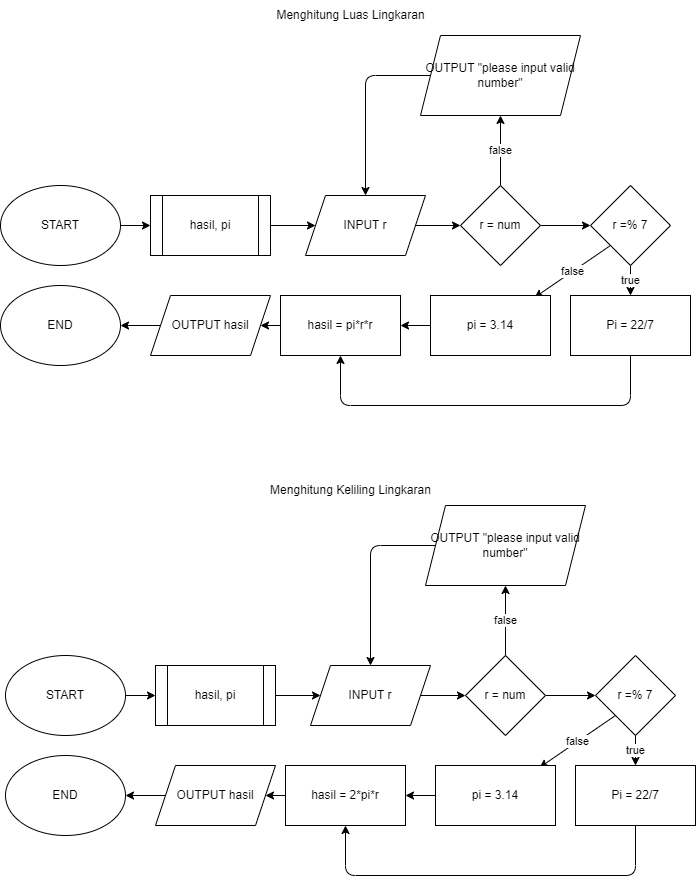
The draw.io diagram 5-flowchart luas dan keliling lingkaran.png in patih1/fwg17-computer-science, before a commit. Source tidied: cells renumbered, new cells last; positions are measured from the earlier drawing's top-left corner, leaving out a move shared by most shapes.
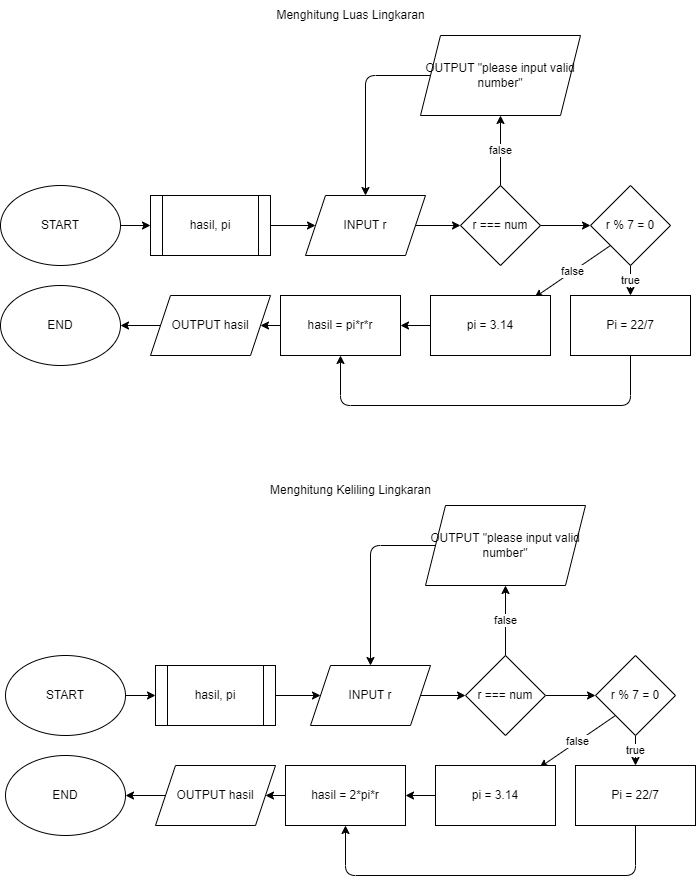
After the change.

Diff of the diagram source:
```diff
@@ -26,7 +26,7 @@
     <mxCell id="9" style="edgeStyle=none;html=1;" parent="1" edge="1" source="10" target="15">
       <mxGeometry relative="1" as="geometry" />
     </mxCell>
-    <mxCell id="10" value="r = num" style="rhombus;whiteSpace=wrap;html=1;" parent="1" vertex="1">
+    <mxCell id="10" value="r === num" style="rhombus;whiteSpace=wrap;html=1;" parent="1" vertex="1">
       <mxGeometry x="460" y="185" width="80" height="80" as="geometry" />
     </mxCell>
     <mxCell id="11" style="edgeStyle=none;html=1;exitX=0;exitY=0.5;exitDx=0;exitDy=0;entryX=0.5;entryY=0;entryDx=0;entryDy=0;" parent="1" edge="1" source="12" target="5">
@@ -45,7 +45,7 @@
     <mxCell id="14" value="false" style="edgeStyle=none;html=1;exitX=0;exitY=1;exitDx=0;exitDy=0;entryX=0.867;entryY=0.033;entryDx=0;entryDy=0;entryPerimeter=0;" parent="1" edge="1" source="15" target="19">
       <mxGeometry relative="1" as="geometry" />
     </mxCell>
-    <mxCell id="15" value="r =% 7" style="rhombus;whiteSpace=wrap;html=1;" parent="1" vertex="1">
+    <mxCell id="15" value="r % 7 = 0" style="rhombus;whiteSpace=wrap;html=1;" parent="1" vertex="1">
       <mxGeometry x="590" y="185" width="80" height="80" as="geometry" />
     </mxCell>
     <mxCell id="16" style="edgeStyle=none;html=1;exitX=0.5;exitY=1;exitDx=0;exitDy=0;entryX=0.5;entryY=1;entryDx=0;entryDy=0;" parent="1" edge="1" source="17" target="21">
@@ -110,7 +110,7 @@
     <mxCell id="34" style="edgeStyle=none;html=1;" parent="1" edge="1" source="35" target="40">
       <mxGeometry relative="1" as="geometry" />
     </mxCell>
-    <mxCell id="35" value="r = num" style="rhombus;whiteSpace=wrap;html=1;" parent="1" vertex="1">
+    <mxCell id="35" value="r === num" style="rhombus;whiteSpace=wrap;html=1;" parent="1" vertex="1">
       <mxGeometry x="465" y="655" width="80" height="80" as="geometry" />
     </mxCell>
     <mxCell id="36" style="edgeStyle=none;html=1;exitX=0;exitY=0.5;exitDx=0;exitDy=0;entryX=0.5;entryY=0;entryDx=0;entryDy=0;" parent="1" edge="1" source="37" target="30">
@@ -129,7 +129,7 @@
     <mxCell id="39" value="false" style="edgeStyle=none;html=1;exitX=0;exitY=1;exitDx=0;exitDy=0;entryX=0.867;entryY=0.033;entryDx=0;entryDy=0;entryPerimeter=0;" parent="1" edge="1" source="40" target="44">
       <mxGeometry relative="1" as="geometry" />
     </mxCell>
-    <mxCell id="40" value="r =% 7" style="rhombus;whiteSpace=wrap;html=1;" parent="1" vertex="1">
+    <mxCell id="40" value="r % 7 = 0" style="rhombus;whiteSpace=wrap;html=1;" parent="1" vertex="1">
       <mxGeometry x="595" y="655" width="80" height="80" as="geometry" />
     </mxCell>
     <mxCell id="41" style="edgeStyle=none;html=1;exitX=0.5;exitY=1;exitDx=0;exitDy=0;entryX=0.5;entryY=1;entryDx=0;entryDy=0;" parent="1" edge="1" source="42" target="46">
```
